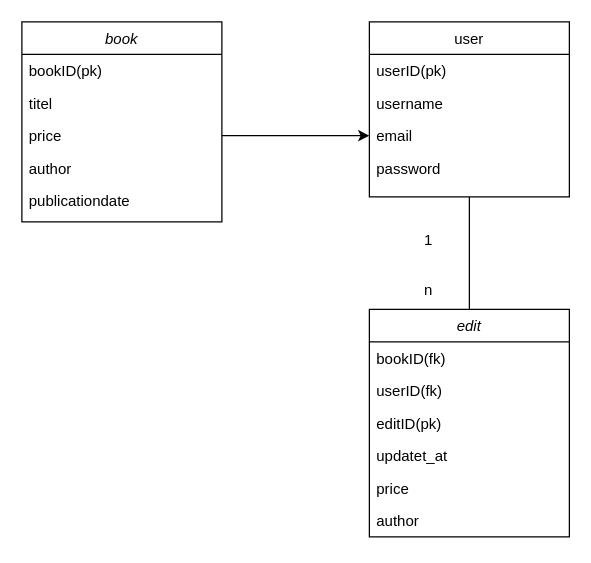
This is ERdiagram/library.drawio from i-ftm/app_project, a draw.io file, before an edit. Source tidied: cells renumbered, new cells numbered last; positions are measured from the earlier drawing's top-left corner, leaving out a move shared by most shapes. Both pictures are drawn from the tidied source at 125%, with x=0, y=0 at pixel (21, 21).
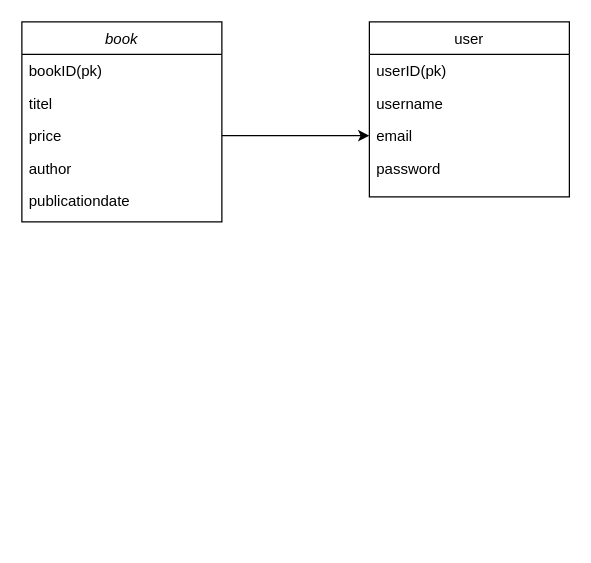
The same diagram, later.

The change refers to these unchanged cells:
```xml
<mxCell id="8" value="user" style="swimlane;fontStyle=0;align=center;verticalAlign=top;horizontal=1;startSize=26;rounded=0;shadow=0;strokeWidth=1;" parent="1" vertex="1">
  <mxGeometry x="278" width="160" height="140" as="geometry" />
</mxCell>
```

Diff of the diagram source:
```diff
@@
-    <mxCell id="13" value="1" style="text;html=1;align=center;verticalAlign=middle;strokeColor=none;fillColor=none;" parent="1" vertex="1">
-      <mxGeometry x="310" y="160" width="30" height="30" as="geometry" />
-    </mxCell>
-    <mxCell id="14" value="edit" style="swimlane;fontStyle=2;align=center;verticalAlign=top;horizontal=1;startSize=26;rounded=0;shadow=0;strokeWidth=1;" parent="1" vertex="1">
-      <mxGeometry x="278" y="230" width="160" height="182" as="geometry" />
-    </mxCell>
-    <mxCell id="15" value="bookID(fk)" style="text;align=left;verticalAlign=top;spacingLeft=4;spacingRight=4;overflow=hidden;" parent="14" vertex="1">
-      <mxGeometry y="26" width="160" height="26" as="geometry" />
-    </mxCell>
-    <mxCell id="16" value="userID(fk)" style="text;align=left;verticalAlign=top;spacingLeft=4;spacingRight=4;overflow=hidden;" parent="14" vertex="1">
-      <mxGeometry y="52" width="160" height="26" as="geometry" />
-    </mxCell>
-    <mxCell id="17" value="editID(pk)" style="text;align=left;verticalAlign=top;spacingLeft=4;spacingRight=4;overflow=hidden;rounded=0;shadow=0;html=0;" parent="14" vertex="1">
-      <mxGeometry y="78" width="160" height="26" as="geometry" />
-    </mxCell>
-    <mxCell id="18" value="updatet_at" style="text;align=left;verticalAlign=top;spacingLeft=4;spacingRight=4;overflow=hidden;rounded=0;shadow=0;html=0;" parent="14" vertex="1">
-      <mxGeometry y="104" width="160" height="26" as="geometry" />
-    </mxCell>
-    <mxCell id="19" value="price" style="text;align=left;verticalAlign=top;spacingLeft=4;spacingRight=4;overflow=hidden;" parent="14" vertex="1">
-      <mxGeometry y="130" width="160" height="26" as="geometry" />
-    </mxCell>
-    <mxCell id="20" value="author" style="text;align=left;verticalAlign=top;spacingLeft=4;spacingRight=4;overflow=hidden;" parent="14" vertex="1">
-      <mxGeometry y="156" width="160" height="26" as="geometry" />
-    </mxCell>
-    <mxCell id="21" style="endArrow=none;html=1;rounded=0;exitX=0.5;exitY=0;exitDx=0;exitDy=0;entryX=0.5;entryY=1;entryDx=0;entryDy=0;" parent="1" edge="1" source="14" target="8">
-      <mxGeometry relative="1" as="geometry" />
-    </mxCell>
-    <mxCell id="22" value="n" style="text;html=1;align=center;verticalAlign=middle;strokeColor=none;fillColor=none;" parent="1" vertex="1">
-      <mxGeometry x="310" y="200" width="30" height="30" as="geometry" />
-    </mxCell>
```
